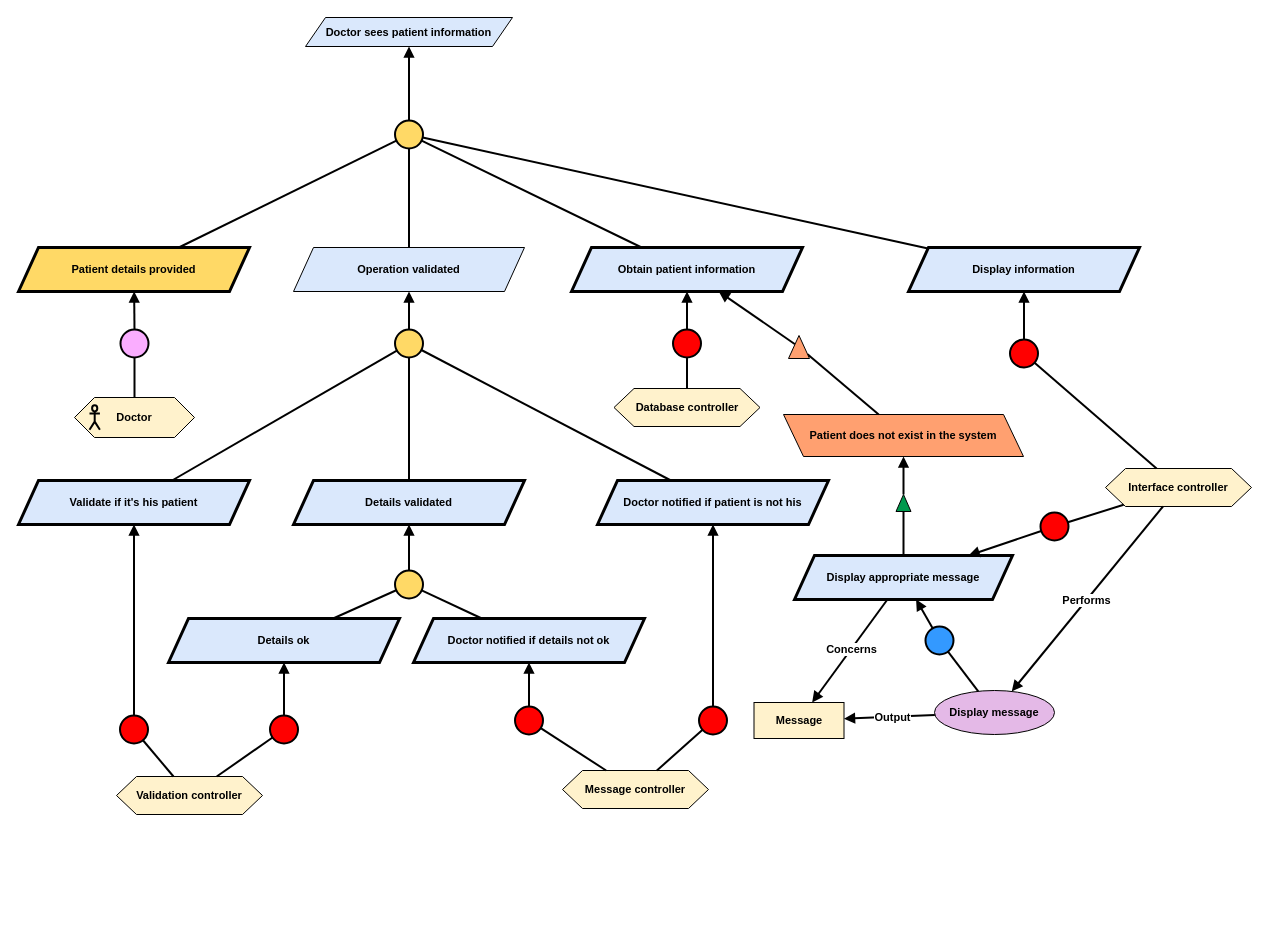
This is Kaos/KAOS 8.drawio from RafaelCMira/myclinic-msp-project, a draw.io file, before an edit. Source tidied: cells renumbered, new cells numbered last; positions are measured from the earlier drawing's top-left corner, leaving out a move shared by most shapes. Both pictures are drawn from the tidied source at 100%, with x=0, y=0 at pixel (18, 17).
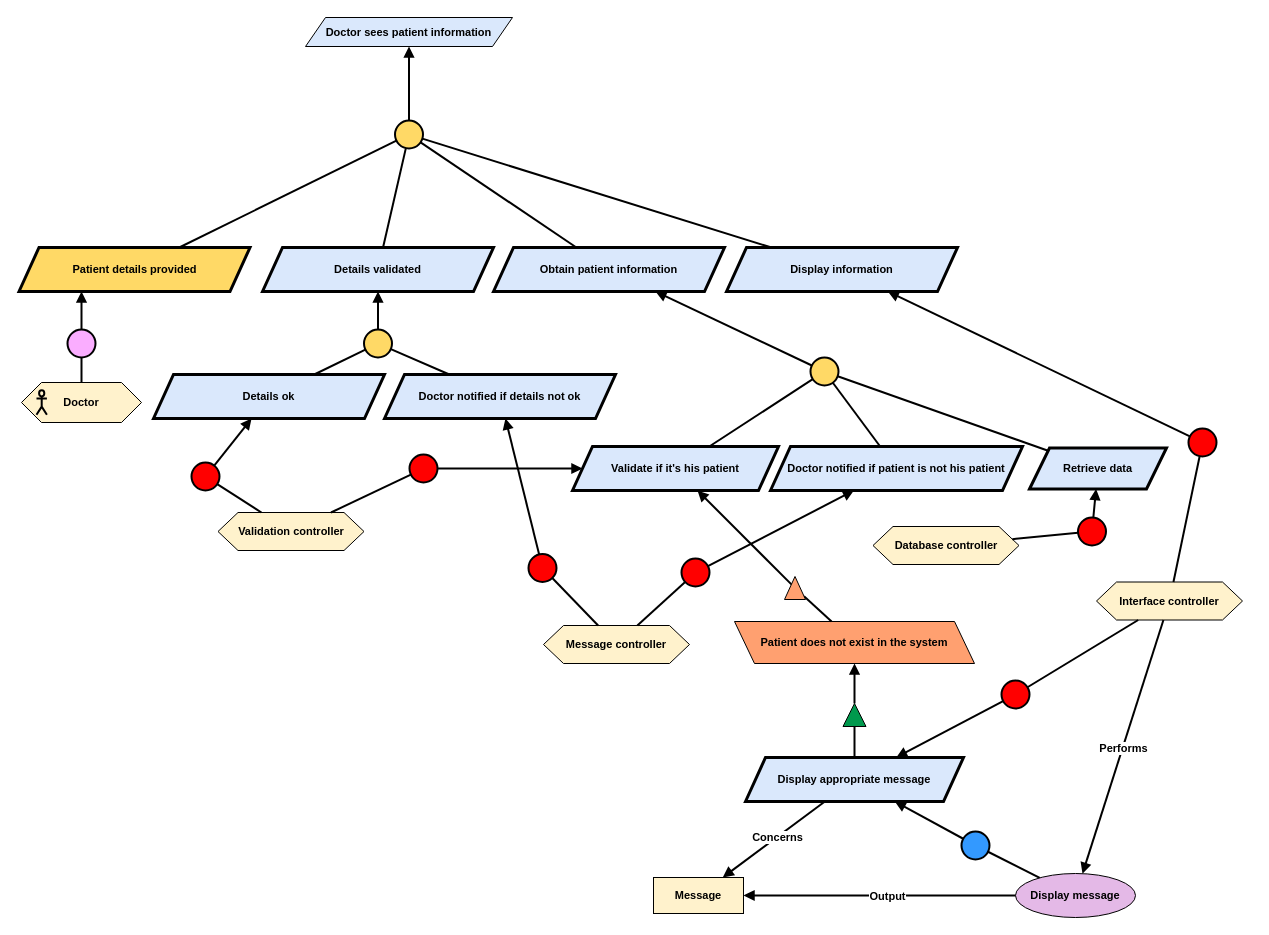
The same page after the edit.

Unchanged cells that the change refers to:
```xml
<mxCell id="3" style="ellipse;whiteSpace=wrap;html=1;fillColor=#FFD966;strokeWidth=2;" parent="1" vertex="1">
  <mxGeometry x="376.5" y="103" width="28" height="28" as="geometry" />
</mxCell>
```

Diff of the diagram source:
```diff
@@
     <mxCell id="6" value="&lt;b&gt;Patient details provided&lt;/b&gt;" style="shape=parallelogram;perimeter=parallelogramPerimeter;whiteSpace=wrap;html=1;fixedSize=1;fillColor=#FFD966;strokeColor=#000000;strokeWidth=3;fontFamily=Helvetica;fontSize=11;fontColor=default;labelBackgroundColor=none;" parent="1" vertex="1">
-      <mxGeometry y="230" width="231" height="44" as="geometry" />
+      <mxGeometry x="0.5" y="230" width="231" height="44" as="geometry" />
     </mxCell>
-    <mxCell id="7" value="&lt;b&gt;Operation validated&lt;/b&gt;" style="shape=parallelogram;perimeter=parallelogramPerimeter;whiteSpace=wrap;html=1;fixedSize=1;fillColor=#dae8fc;strokeColor=#000000;strokeWidth=1;fontFamily=Helvetica;fontSize=11;fontColor=default;labelBackgroundColor=none;" parent="1" vertex="1">
-      <mxGeometry x="275" y="230" width="231" height="44" as="geometry" />
-    </mxCell>
-    <mxCell id="8" style="endArrow=none;html=1;rounded=0;strokeWidth=2;" parent="1" edge="1" source="7" target="3">
-      <mxGeometry relative="1" as="geometry" />
-    </mxCell>
-    <mxCell id="9" style="ellipse;whiteSpace=wrap;html=1;fillColor=#FFD966;strokeWidth=2;" parent="1" vertex="1">
-      <mxGeometry x="376.5" y="312" width="28" height="28" as="geometry" />
-    </mxCell>
-    <mxCell id="10" style="endArrow=block;html=1;rounded=0;endFill=1;strokeWidth=2;" parent="1" edge="1" source="9" target="7">
-      <mxGeometry relative="1" as="geometry" />
-    </mxCell>
-    <mxCell id="11" style="endArrow=none;html=1;rounded=0;strokeWidth=2;" parent="1" edge="1" source="12" target="9">
-      <mxGeometry relative="1" as="geometry" />
-    </mxCell>
     <mxCell id="12" value="&lt;b&gt;Details validated&lt;/b&gt;" style="shape=parallelogram;perimeter=parallelogramPerimeter;whiteSpace=wrap;html=1;fixedSize=1;fillColor=#dae8fc;strokeColor=#000000;strokeWidth=3;fontFamily=Helvetica;fontSize=11;fontColor=default;labelBackgroundColor=none;" parent="1" vertex="1">
-      <mxGeometry x="275" y="463" width="231" height="44" as="geometry" />
+      <mxGeometry x="244" y="230" width="231" height="44" as="geometry" />
     </mxCell>
     <mxCell id="13" style="ellipse;whiteSpace=wrap;html=1;fillColor=#FAADFF;strokeWidth=2;fontFamily=Helvetica;fontSize=11;fontColor=default;labelBackgroundColor=default;" parent="1" vertex="1">
-      <mxGeometry x="102" y="312" width="28" height="28" as="geometry" />
+      <mxGeometry x="49" y="312" width="28" height="28" as="geometry" />
     </mxCell>
-    <mxCell id="14" style="endArrow=block;html=1;rounded=0;endFill=1;strokeWidth=2;strokeColor=default;align=center;verticalAlign=middle;fontFamily=Helvetica;fontSize=11;fontColor=default;labelBackgroundColor=default;" parent="1" edge="1" source="13" target="6">
-      <mxGeometry relative="1" as="geometry" />
+    <mxCell id="14" style="endArrow=block;html=1;rounded=0;endFill=1;strokeWidth=2;strokeColor=default;align=center;verticalAlign=middle;fontFamily=Helvetica;fontSize=11;fontColor=default;labelBackgroundColor=default;" parent="1" edge="1" source="13">
+      <mxGeometry relative="1" as="geometry">
+        <mxPoint x="63" y="274" as="targetPoint" />
+      </mxGeometry>
     </mxCell>
@@
     <mxCell id="16" style="group;" parent="1" vertex="1">
-      <mxGeometry x="56" y="380" width="120" height="40" as="geometry" />
+      <mxGeometry x="3" y="365" width="120" height="40" as="geometry" />
     </mxCell>
@@
     <mxCell id="19" value="&lt;div&gt;&lt;b&gt;Validation controller&lt;/b&gt;&lt;/div&gt;" style="shape=hexagon;perimeter=hexagonPerimeter2;whiteSpace=wrap;html=1;fixedSize=1;fillColor=#FFF2CC;fontFamily=Helvetica;fontSize=11;fontColor=default;labelBackgroundColor=none;" parent="1" vertex="1">
-      <mxGeometry x="98" y="759" width="146" height="38" as="geometry" />
+      <mxGeometry x="199.5" y="495" width="146" height="38" as="geometry" />
     </mxCell>
     <mxCell id="20" style="ellipse;whiteSpace=wrap;html=1;fillColor=#FF0000;strokeWidth=2;" parent="1" vertex="1">
-      <mxGeometry x="251.5" y="698" width="28" height="28" as="geometry" />
+      <mxGeometry x="173" y="445" width="28" height="28" as="geometry" />
     </mxCell>
@@
-    <mxCell id="23" style="endArrow=none;html=1;rounded=0;strokeWidth=2;" parent="1" edge="1" source="24" target="9">
-      <mxGeometry relative="1" as="geometry" />
-    </mxCell>
     <mxCell id="24" value="&lt;b&gt;Validate if it's his patient&lt;/b&gt;" style="shape=parallelogram;perimeter=parallelogramPerimeter;whiteSpace=wrap;html=1;fixedSize=1;fillColor=#dae8fc;strokeColor=#000000;strokeWidth=3;fontFamily=Helvetica;fontSize=11;fontColor=default;labelBackgroundColor=none;" parent="1" vertex="1">
-      <mxGeometry y="463" width="231" height="44" as="geometry" />
+      <mxGeometry x="554" y="429" width="206" height="44" as="geometry" />
     </mxCell>
-    <mxCell id="25" style="ellipse;whiteSpace=wrap;html=1;fillColor=#FF0000;strokeWidth=2;" parent="1" vertex="1">
-      <mxGeometry x="101.5" y="698" width="28" height="28" as="geometry" />
-    </mxCell>
-    <mxCell id="26" style="endArrow=block;html=1;rounded=0;endFill=1;strokeWidth=2;" parent="1" edge="1" source="25" target="24">
-      <mxGeometry relative="1" as="geometry" />
-    </mxCell>
-    <mxCell id="27" style="endArrow=none;html=1;rounded=0;strokeWidth=2;" parent="1" edge="1" source="19" target="25">
-      <mxGeometry relative="1" as="geometry" />
-    </mxCell>
     <mxCell id="28" value="&lt;b&gt;Obtain patient information&lt;/b&gt;" style="shape=parallelogram;perimeter=parallelogramPerimeter;whiteSpace=wrap;html=1;fixedSize=1;fillColor=#dae8fc;strokeColor=#000000;strokeWidth=3;fontFamily=Helvetica;fontSize=11;fontColor=default;labelBackgroundColor=none;" parent="1" vertex="1">
-      <mxGeometry x="553" y="230" width="231" height="44" as="geometry" />
+      <mxGeometry x="475" y="230" width="231" height="44" as="geometry" />
     </mxCell>
@@
     <mxCell id="30" value="&lt;div&gt;&lt;b&gt;Database controller&lt;/b&gt;&lt;/div&gt;" style="shape=hexagon;perimeter=hexagonPerimeter2;whiteSpace=wrap;html=1;fixedSize=1;fillColor=#FFF2CC;fontFamily=Helvetica;fontSize=11;fontColor=default;labelBackgroundColor=none;" parent="1" vertex="1">
-      <mxGeometry x="595.5" y="371" width="146" height="38" as="geometry" />
+      <mxGeometry x="854.5" y="509" width="146" height="38" as="geometry" />
     </mxCell>
     <mxCell id="31" style="ellipse;whiteSpace=wrap;html=1;fillColor=#FF0000;strokeWidth=2;" parent="1" vertex="1">
-      <mxGeometry x="654.5" y="312" width="28" height="28" as="geometry" />
+      <mxGeometry x="1059.5" y="500" width="28" height="28" as="geometry" />
     </mxCell>
-    <mxCell id="32" style="endArrow=block;html=1;rounded=0;endFill=1;strokeWidth=2;" parent="1" edge="1" source="31" target="28">
+    <mxCell id="32" style="endArrow=block;html=1;rounded=0;endFill=1;strokeWidth=2;" parent="1" edge="1" source="31" target="78">
       <mxGeometry relative="1" as="geometry" />
     </mxCell>
@@
     <mxCell id="34" value="&lt;b&gt;Details ok&lt;/b&gt;" style="shape=parallelogram;perimeter=parallelogramPerimeter;whiteSpace=wrap;html=1;fixedSize=1;fillColor=#dae8fc;strokeColor=#000000;strokeWidth=3;fontFamily=Helvetica;fontSize=11;fontColor=default;labelBackgroundColor=none;" parent="1" vertex="1">
-      <mxGeometry x="150" y="601" width="231" height="44" as="geometry" />
+      <mxGeometry x="135" y="357" width="231" height="44" as="geometry" />
     </mxCell>
     <mxCell id="35" value="&lt;b&gt;Doctor notified if details not ok&lt;/b&gt;" style="shape=parallelogram;perimeter=parallelogramPerimeter;whiteSpace=wrap;html=1;fixedSize=1;fillColor=#dae8fc;strokeColor=#000000;strokeWidth=3;fontFamily=Helvetica;fontSize=11;fontColor=default;labelBackgroundColor=none;" parent="1" vertex="1">
-      <mxGeometry x="395" y="601" width="231" height="44" as="geometry" />
+      <mxGeometry x="366" y="357" width="231" height="44" as="geometry" />
     </mxCell>
     <mxCell id="36" style="ellipse;whiteSpace=wrap;html=1;fillColor=#FFD966;strokeWidth=2;" parent="1" vertex="1">
-      <mxGeometry x="376.5" y="553" width="28" height="28" as="geometry" />
+      <mxGeometry x="345.5" y="312" width="28" height="28" as="geometry" />
     </mxCell>
@@
     <mxCell id="40" value="&lt;div&gt;&lt;b&gt;Message controller&lt;/b&gt;&lt;/div&gt;" style="shape=hexagon;perimeter=hexagonPerimeter2;whiteSpace=wrap;html=1;fixedSize=1;fillColor=#FFF2CC;fontFamily=Helvetica;fontSize=11;fontColor=default;labelBackgroundColor=none;" parent="1" vertex="1">
-      <mxGeometry x="544" y="753" width="146" height="38" as="geometry" />
+      <mxGeometry x="525" y="608" width="146" height="38" as="geometry" />
     </mxCell>
     <mxCell id="41" style="ellipse;whiteSpace=wrap;html=1;fillColor=#FF0000;strokeWidth=2;" parent="1" vertex="1">
-      <mxGeometry x="496.5" y="689" width="28" height="28" as="geometry" />
+      <mxGeometry x="510" y="536.5" width="28" height="28" as="geometry" />
     </mxCell>
@@
-    <mxCell id="44" value="&lt;b&gt;Doctor notified if patient is not his&lt;/b&gt;" style="shape=parallelogram;perimeter=parallelogramPerimeter;whiteSpace=wrap;html=1;fixedSize=1;fillColor=#dae8fc;strokeColor=#000000;strokeWidth=3;fontFamily=Helvetica;fontSize=11;fontColor=default;labelBackgroundColor=none;" parent="1" vertex="1">
-      <mxGeometry x="579" y="463" width="231" height="44" as="geometry" />
+    <mxCell id="44" value="&lt;b&gt;Doctor notified if patient is not his patient&lt;/b&gt;" style="shape=parallelogram;perimeter=parallelogramPerimeter;whiteSpace=wrap;html=1;fixedSize=1;fillColor=#dae8fc;strokeColor=#000000;strokeWidth=3;fontFamily=Helvetica;fontSize=11;fontColor=default;labelBackgroundColor=none;" parent="1" vertex="1">
+      <mxGeometry x="752" y="429" width="252" height="44" as="geometry" />
     </mxCell>
-    <mxCell id="45" style="endArrow=none;html=1;rounded=0;strokeWidth=2;" parent="1" edge="1" source="44" target="9">
-      <mxGeometry relative="1" as="geometry" />
-    </mxCell>
     <mxCell id="46" style="ellipse;whiteSpace=wrap;html=1;fillColor=#FF0000;strokeWidth=2;" parent="1" vertex="1">
-      <mxGeometry x="680.5" y="689" width="28" height="28" as="geometry" />
+      <mxGeometry x="663" y="541" width="28" height="28" as="geometry" />
     </mxCell>
@@
     <mxCell id="49" value="&lt;b&gt;Display information&lt;/b&gt;" style="shape=parallelogram;perimeter=parallelogramPerimeter;whiteSpace=wrap;html=1;fixedSize=1;fillColor=#dae8fc;strokeColor=#000000;strokeWidth=3;fontFamily=Helvetica;fontSize=11;fontColor=default;labelBackgroundColor=none;" parent="1" vertex="1">
-      <mxGeometry x="890" y="230" width="231" height="44" as="geometry" />
+      <mxGeometry x="708" y="230" width="231" height="44" as="geometry" />
     </mxCell>
     <mxCell id="50" value="&lt;b&gt;Interface controller&lt;/b&gt;" style="shape=hexagon;perimeter=hexagonPerimeter2;whiteSpace=wrap;html=1;fixedSize=1;fillColor=#FFF2CC;fontFamily=Helvetica;fontSize=11;fontColor=default;labelBackgroundColor=none;" parent="1" vertex="1">
-      <mxGeometry x="1087" y="451" width="146" height="38" as="geometry" />
+      <mxGeometry x="1078" y="564.5" width="146" height="38" as="geometry" />
     </mxCell>
     <mxCell id="51" style="ellipse;whiteSpace=wrap;html=1;fillColor=#FF0000;strokeWidth=2;" parent="1" vertex="1">
-      <mxGeometry x="991.5" y="322" width="28" height="28" as="geometry" />
+      <mxGeometry x="1170" y="411" width="28" height="28" as="geometry" />
     </mxCell>
@@
     <mxCell id="55" value="Patient does not exist in the system" style="shape=parallelogram;perimeter=parallelogramPerimeter;whiteSpace=wrap;html=1;fixedSize=1;fillColor=#FFA070;fontStyle=1;fontFamily=Helvetica;fontSize=11;fontColor=default;labelBackgroundColor=none;flipH=1;flipV=0;" parent="1" vertex="1">
-      <mxGeometry x="765" y="397" width="240" height="42" as="geometry" />
+      <mxGeometry x="716" y="604" width="240" height="42" as="geometry" />
     </mxCell>
-    <mxCell id="56" style="endArrow=block;html=1;rounded=0;endFill=1;strokeWidth=2;" parent="1" edge="1" source="58" target="28">
+    <mxCell id="56" style="endArrow=block;html=1;rounded=0;endFill=1;strokeWidth=2;" parent="1" edge="1" source="58" target="24">
       <mxGeometry relative="1" as="geometry" />
     </mxCell>
@@
     <mxCell id="58" style="triangle;whiteSpace=wrap;html=1;rotation=-90;fillColor=#FFA070;strokeColor=default;" parent="1" vertex="1">
-      <mxGeometry x="769" y="319" width="23" height="21" as="geometry" />
+      <mxGeometry x="765" y="560" width="23" height="21" as="geometry" />
     </mxCell>
@@
     <mxCell id="61" style="triangle;whiteSpace=wrap;html=1;rotation=-90;fillColor=#00994D;" parent="1" vertex="1">
-      <mxGeometry x="876.5" y="478" width="17" height="15" as="geometry" />
+      <mxGeometry x="824.5" y="686" width="23" height="23" as="geometry" />
     </mxCell>
     <mxCell id="62" value="&lt;b&gt;Message&lt;/b&gt;" style="rounded=0;whiteSpace=wrap;html=1;fillColor=#FFF2CC;fontFamily=Helvetica;fontSize=11;fontColor=default;labelBackgroundColor=none;" parent="1" vertex="1">
-      <mxGeometry x="735.5" y="685" width="90" height="36" as="geometry" />
+      <mxGeometry x="635" y="860" width="90" height="36" as="geometry" />
     </mxCell>
     <mxCell id="63" value="&lt;b&gt;Display appropriate message&lt;/b&gt;" style="shape=parallelogram;perimeter=parallelogramPerimeter;whiteSpace=wrap;html=1;fixedSize=1;fillColor=#dae8fc;strokeColor=#000000;strokeWidth=3;fontFamily=Helvetica;fontSize=11;fontColor=default;labelBackgroundColor=none;" parent="1" vertex="1">
-      <mxGeometry x="776" y="538" width="218" height="44" as="geometry" />
+      <mxGeometry x="727" y="740" width="218" height="44" as="geometry" />
     </mxCell>
     <mxCell id="64" style="ellipse;whiteSpace=wrap;html=1;fillColor=#3399FF;strokeWidth=2;" parent="1" vertex="1">
-      <mxGeometry x="907" y="609" width="28" height="28" as="geometry" />
+      <mxGeometry x="943" y="814" width="28" height="28" as="geometry" />
     </mxCell>
@@
     <mxCell id="67" value="&lt;b&gt;Display message&lt;/b&gt;" style="ellipse;whiteSpace=wrap;html=1;fillColor=#E4B9E7;strokeColor=#000000;fontFamily=Helvetica;fontSize=11;fontColor=default;labelBackgroundColor=none;" parent="1" vertex="1">
-      <mxGeometry x="916" y="673" width="120" height="44" as="geometry" />
+      <mxGeometry x="997" y="856" width="120" height="44" as="geometry" />
     </mxCell>
@@
     <mxCell id="70" style="ellipse;whiteSpace=wrap;html=1;fillColor=#FF0000;strokeWidth=2;" parent="1" vertex="1">
-      <mxGeometry x="1022" y="495" width="28" height="28" as="geometry" />
+      <mxGeometry x="983" y="663" width="28" height="28" as="geometry" />
     </mxCell>
@@
+    <mxCell id="77" style="endArrow=none;html=1;rounded=0;strokeWidth=2;" parent="1" edge="1" source="12" target="3">
+      <mxGeometry relative="1" as="geometry" />
+    </mxCell>
+    <mxCell id="78" value="&lt;b&gt;Retrieve data&lt;/b&gt;" style="shape=parallelogram;perimeter=parallelogramPerimeter;whiteSpace=wrap;html=1;fixedSize=1;fillColor=#dae8fc;strokeColor=#000000;strokeWidth=3;fontFamily=Helvetica;fontSize=11;fontColor=default;labelBackgroundColor=none;" parent="1" vertex="1">
+      <mxGeometry x="1011" y="430.5" width="137" height="41" as="geometry" />
+    </mxCell>
+    <mxCell id="79" style="ellipse;whiteSpace=wrap;html=1;fillColor=#FFD966;strokeWidth=2;" parent="1" vertex="1">
+      <mxGeometry x="792" y="340" width="28" height="28" as="geometry" />
+    </mxCell>
+    <mxCell id="80" style="endArrow=block;html=1;rounded=0;endFill=1;strokeWidth=2;" parent="1" edge="1" source="79" target="28">
+      <mxGeometry relative="1" as="geometry" />
+    </mxCell>
+    <mxCell id="81" style="endArrow=none;html=1;rounded=0;strokeWidth=2;" parent="1" edge="1" source="78" target="79">
+      <mxGeometry relative="1" as="geometry" />
+    </mxCell>
+    <mxCell id="82" style="endArrow=none;html=1;rounded=0;strokeWidth=2;" parent="1" edge="1" source="24" target="79">
+      <mxGeometry relative="1" as="geometry" />
+    </mxCell>
+    <mxCell id="83" style="ellipse;whiteSpace=wrap;html=1;fillColor=#FF0000;strokeWidth=2;" parent="1" vertex="1">
+      <mxGeometry x="391" y="437" width="28" height="28" as="geometry" />
+    </mxCell>
+    <mxCell id="84" style="endArrow=none;html=1;rounded=0;strokeWidth=2;" parent="1" edge="1" source="19" target="83">
+      <mxGeometry relative="1" as="geometry" />
+    </mxCell>
+    <mxCell id="85" style="endArrow=block;html=1;rounded=0;endFill=1;strokeWidth=2;" parent="1" edge="1" source="83" target="24">
+      <mxGeometry relative="1" as="geometry" />
+    </mxCell>
+    <mxCell id="86" style="endArrow=none;html=1;rounded=0;strokeWidth=2;" parent="1" edge="1" source="44" target="79">
+      <mxGeometry relative="1" as="geometry" />
+    </mxCell>
```
